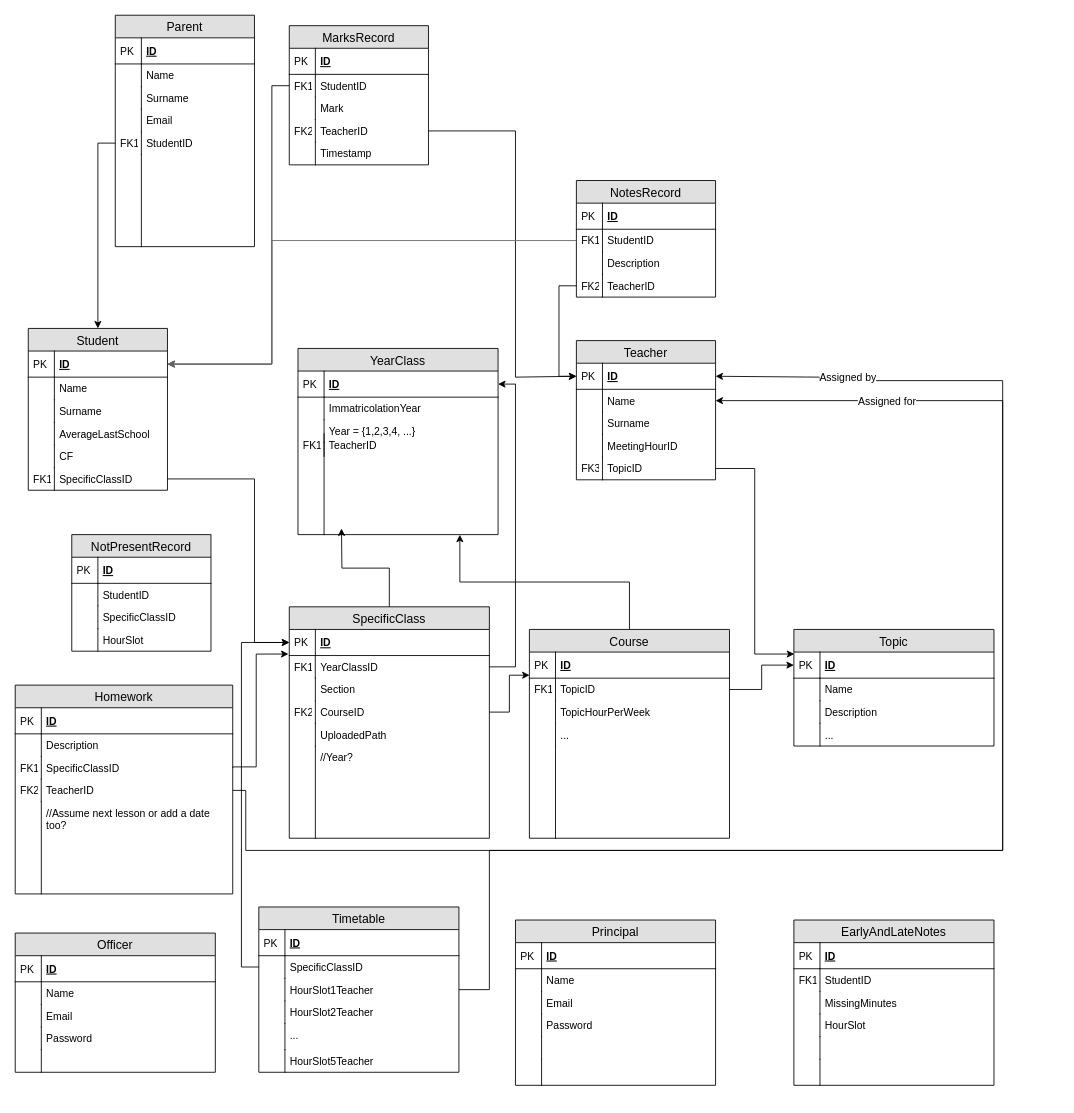
Earlier version of the draw.io diagram Schema.drawio (sordinho/Group-J---Digital-Student-Record). Source tidied: cells renumbered, new cells numbered last; positions are measured from the earlier drawing's top-left corner, leaving out a move shared by most shapes. Both pictures are drawn from the tidied source at 87%, with x=0, y=0 at pixel (15, 15).
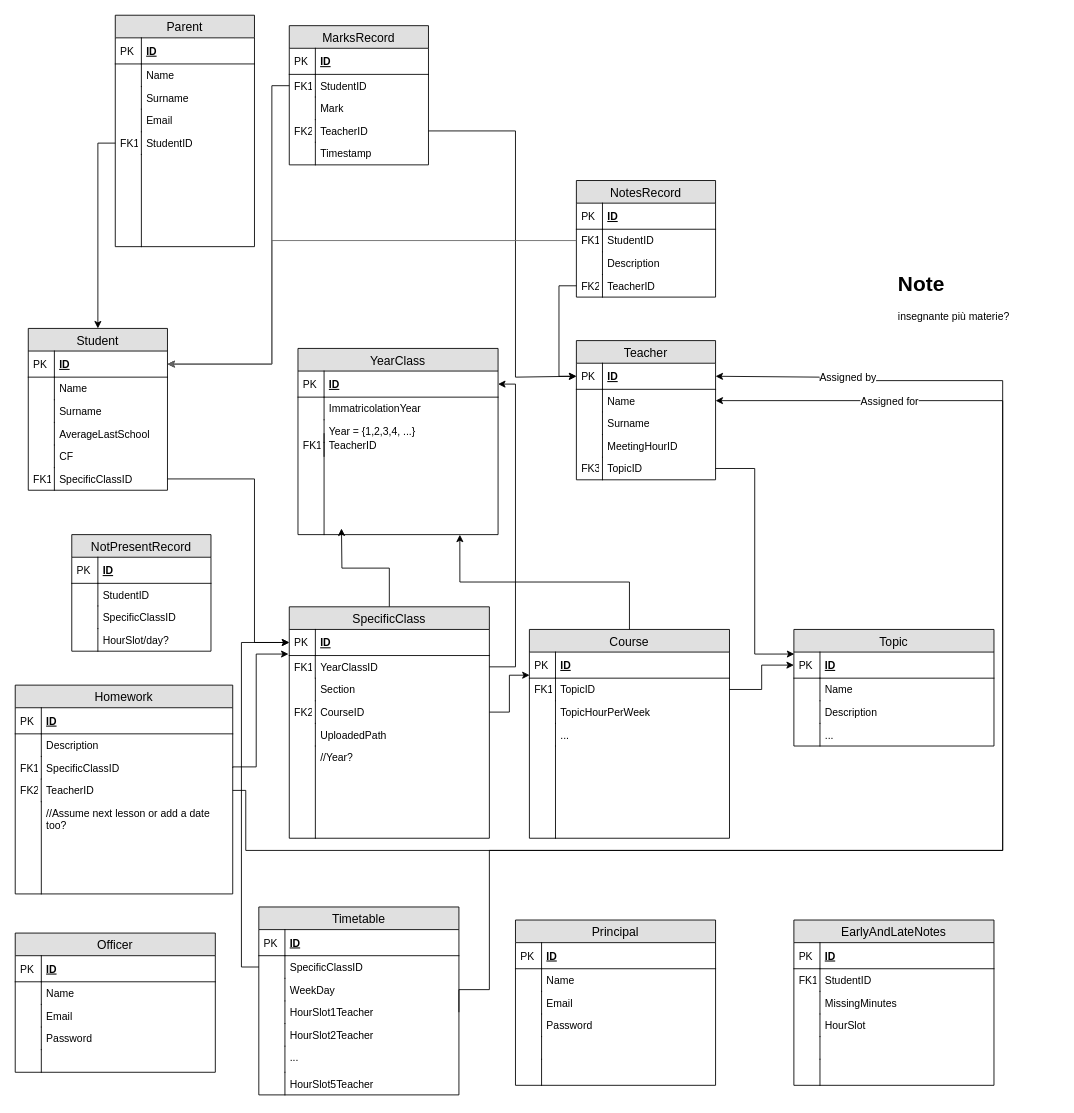
The same diagram, later.

Unchanged cells that the change refers to:
```xml
<mxCell id="83" value="NotPresentRecord" style="swimlane;fontStyle=0;horizontal=1;startSize=26;fillColor=#e0e0e0;swimlaneFillColor=#ffffff;align=center;fontSize=14;" parent="1" vertex="1">
  <mxGeometry x="65" y="597" width="160" height="134" as="geometry" />
</mxCell>
```

Diff of the diagram source:
```diff
@@
-    <mxCell id="90" value="HourSlot" style="shape=partialRectangle;top=0;left=0;right=0;bottom=0;align=left;verticalAlign=top;fillColor=none;spacingLeft=34;spacingRight=4;overflow=hidden;fontSize=12;" parent="83" vertex="1">
+    <mxCell id="90" value="HourSlot/day?" style="shape=partialRectangle;top=0;left=0;right=0;bottom=0;align=left;verticalAlign=top;fillColor=none;spacingLeft=34;spacingRight=4;overflow=hidden;fontSize=12;" parent="83" vertex="1">
       <mxGeometry y="108" width="160" height="26" as="geometry" />
     </mxCell>
@@
     <mxCell id="172" value="Timetable" style="swimlane;fontStyle=0;horizontal=1;startSize=26;fillColor=#e0e0e0;swimlaneFillColor=#ffffff;align=center;fontSize=14;" parent="1" vertex="1">
-      <mxGeometry x="280" y="1025" width="230" height="190" as="geometry" />
+      <mxGeometry x="280" y="1025" width="230" height="216" as="geometry" />
     </mxCell>
@@
+    <mxCell id="191" value="WeekDay" style="shape=partialRectangle;top=0;left=0;right=0;bottom=0;align=left;verticalAlign=top;fillColor=none;spacingLeft=34;spacingRight=4;overflow=hidden;fontSize=12;" parent="172" vertex="1">
+      <mxGeometry y="82" width="230" height="26" as="geometry" />
+    </mxCell>
+    <mxCell id="192" style="shape=partialRectangle;top=0;left=0;bottom=0;fillColor=none;align=left;verticalAlign=top;spacingLeft=4;spacingRight=4;overflow=hidden;fontSize=12;" parent="191" vertex="1">
+      <mxGeometry width="30" height="26" as="geometry" />
+    </mxCell>
     <mxCell id="177" value="HourSlot1Teacher" style="shape=partialRectangle;top=0;left=0;right=0;bottom=0;align=left;verticalAlign=top;fillColor=none;spacingLeft=34;spacingRight=4;overflow=hidden;points=[[0,0.5],[1,0.5]];portConstraint=eastwest;fontSize=12;" parent="172" vertex="1">
-      <mxGeometry y="82" width="230" height="26" as="geometry" />
+      <mxGeometry y="108" width="230" height="26" as="geometry" />
     </mxCell>
@@
     <mxCell id="179" value="HourSlot2Teacher" style="shape=partialRectangle;top=0;left=0;right=0;bottom=0;align=left;verticalAlign=top;fillColor=none;spacingLeft=34;spacingRight=4;overflow=hidden;fontSize=12;" parent="172" vertex="1">
-      <mxGeometry y="108" width="230" height="26" as="geometry" />
+      <mxGeometry y="134" width="230" height="26" as="geometry" />
     </mxCell>
@@
     <mxCell id="181" value="..." style="shape=partialRectangle;top=0;left=0;right=0;bottom=0;align=left;verticalAlign=top;fillColor=none;spacingLeft=34;spacingRight=4;overflow=hidden;fontSize=12;" parent="172" vertex="1">
-      <mxGeometry y="134" width="230" height="30" as="geometry" />
+      <mxGeometry y="160" width="230" height="30" as="geometry" />
     </mxCell>
@@
     <mxCell id="183" value="HourSlot5Teacher" style="shape=partialRectangle;top=0;left=0;right=0;bottom=0;align=left;verticalAlign=top;fillColor=none;spacingLeft=34;spacingRight=4;overflow=hidden;fontSize=12;" parent="172" vertex="1">
-      <mxGeometry y="164" width="230" height="26" as="geometry" />
+      <mxGeometry y="190" width="230" height="26" as="geometry" />
     </mxCell>
@@
+    <mxCell id="193" value="&lt;h1&gt;Note&lt;/h1&gt;&lt;p&gt;insegnante più materie?&lt;/p&gt;" style="text;html=1;strokeColor=none;fillColor=none;spacing=5;spacingTop=-20;whiteSpace=wrap;overflow=hidden;rounded=0;" parent="1" vertex="1">
+      <mxGeometry x="1010" y="289" width="190" height="120" as="geometry" />
+    </mxCell>
```
